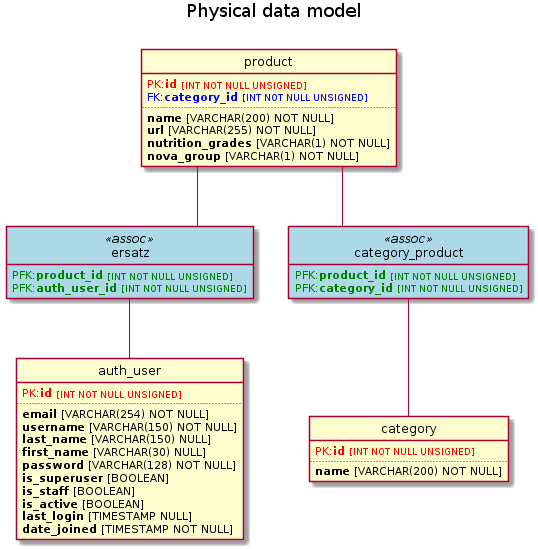
Above: doc/pdm.png in freezed/ocp8 (PlantUML), before the change.
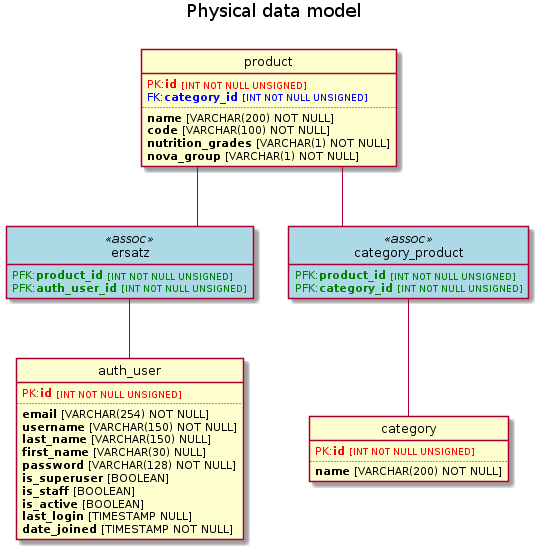
The same file after the commit.

Commit message:
Replace field `url` by `code` #5

The edit, as a diff of the source:
```diff
@@ -55,7 +55,7 @@
 
 class product {
     {field} <b>name</b> [VARCHAR(200) NOT NULL]
-    {field} <b>url</b> [VARCHAR(255) NOT NULL]
+    {field} <b>code</b> [VARCHAR(100) NOT NULL]
     {field} <b>nutrition_grades</b> [VARCHAR(1) NOT NULL]
     {field} <b>nova_group</b> [VARCHAR(1) NOT NULL]
 }
```
